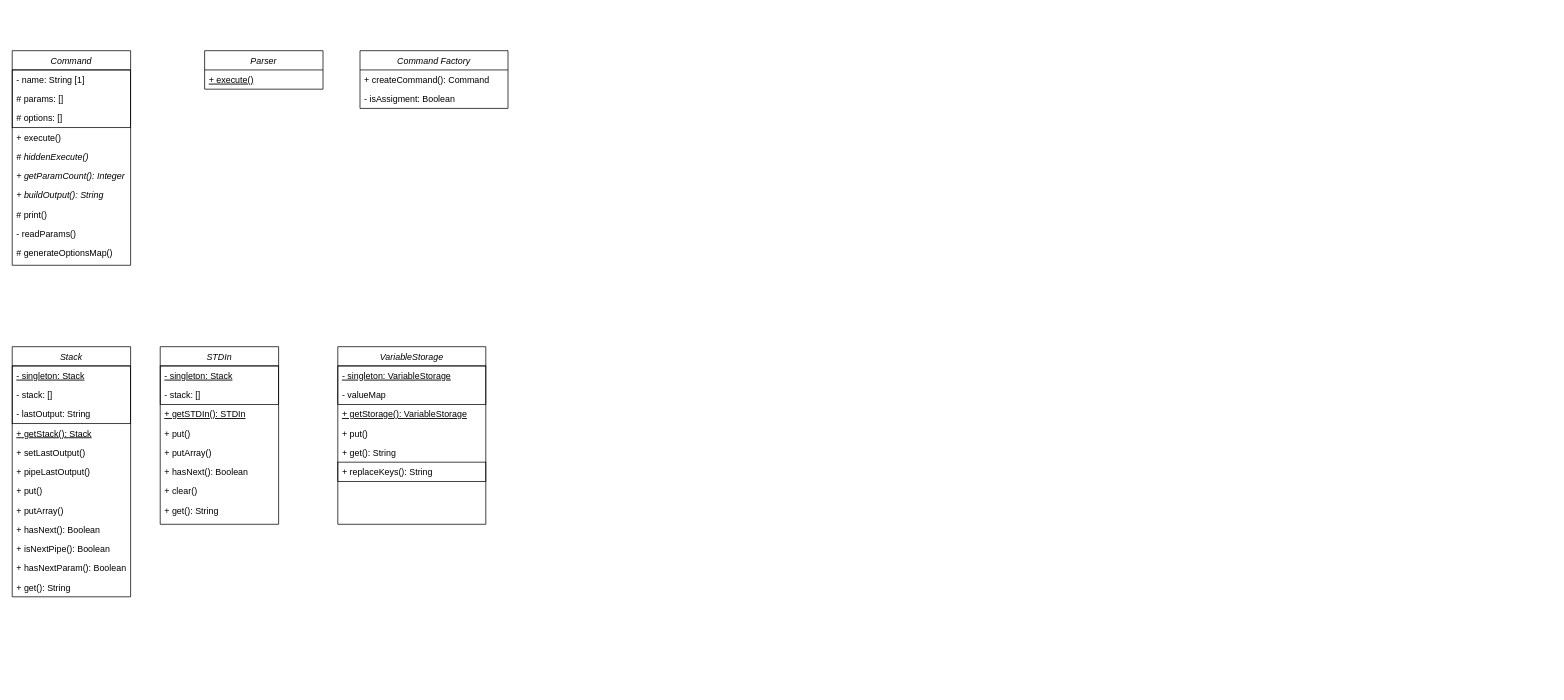
The draw.io diagram Homework/CLI/CLI/ClassDiagramm.drawio in bogdanspbm/system_architecture, before the edit. Source tidied: cells renumbered, new cells numbered last; positions are measured from the earlier drawing's top-left corner, leaving out a move shared by most shapes. Both pictures are drawn from the tidied source at 74%, with x=0, y=0 at pixel (12, 50).
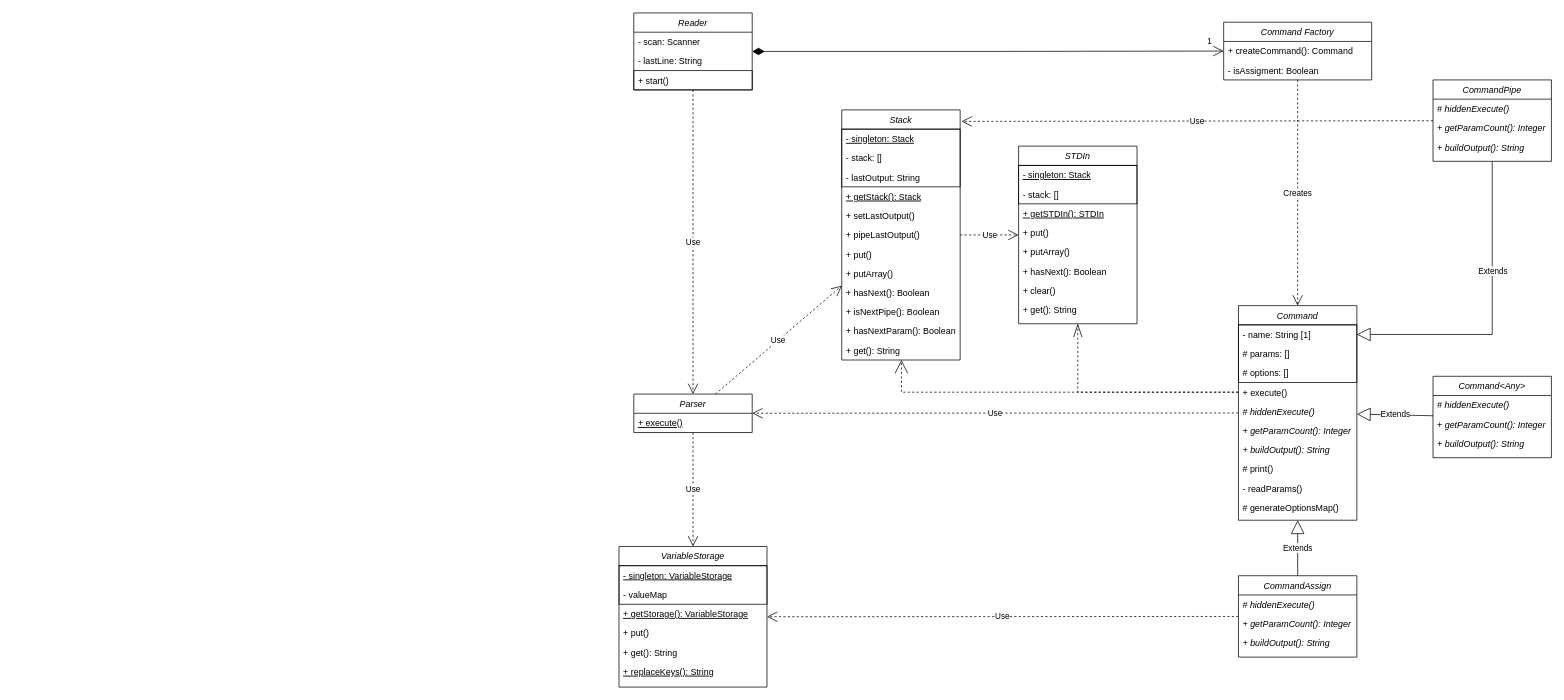
Above is the later version.

Unchanged cells that the change refers to:
```xml
<mxCell id="4" value="- name: String [1]" style="text;align=left;verticalAlign=top;spacingLeft=4;spacingRight=4;overflow=hidden;points=[[0,0.5],[1,0.5]];portConstraint=eastwest;" parent="3" vertex="1">
  <mxGeometry width="160" height="26" as="geometry" />
</mxCell>
<mxCell id="7" value="+ execute()" style="text;align=left;verticalAlign=top;spacingLeft=4;spacingRight=4;overflow=hidden;points=[[0,0.5],[1,0.5]];portConstraint=eastwest;rounded=0;shadow=0;html=0;" parent="2" vertex="1">
  <mxGeometry y="104" width="160" height="26" as="geometry" />
</mxCell>
<mxCell id="30" value="+ get(): String" style="text;align=left;verticalAlign=top;spacingLeft=4;spacingRight=4;overflow=hidden;points=[[0,0.5],[1,0.5]];portConstraint=eastwest;rounded=0;shadow=0;html=0;strokeColor=none;fontStyle=0;" parent="21" vertex="1">
  <mxGeometry y="208" width="160" height="26" as="geometry" />
</mxCell>
```

Change to the diagram source:
```diff
@@
     <mxCell id="2" value="Command" style="swimlane;fontStyle=2;align=center;verticalAlign=top;horizontal=1;startSize=26;rounded=0;shadow=0;strokeWidth=1;" parent="1" vertex="1">
-      <mxGeometry width="160" height="290" as="geometry" />
+      <mxGeometry x="1657.1" y="344.5" width="160" height="290" as="geometry" />
     </mxCell>
@@
     <mxCell id="14" value="Parser" style="swimlane;fontStyle=2;align=center;verticalAlign=top;horizontal=1;startSize=26;rounded=0;shadow=0;strokeWidth=1;" parent="1" vertex="1">
-      <mxGeometry x="260" width="160" height="52" as="geometry" />
+      <mxGeometry x="840" y="464" width="160" height="52" as="geometry" />
     </mxCell>
@@
     <mxCell id="16" value="Stack" style="swimlane;fontStyle=2;align=center;verticalAlign=top;horizontal=1;startSize=26;rounded=0;shadow=0;strokeWidth=1;" parent="1" vertex="1">
-      <mxGeometry y="400" width="160" height="338" as="geometry" />
+      <mxGeometry x="1121" y="80" width="160" height="338" as="geometry" />
     </mxCell>
@@
     <mxCell id="31" value="Command Factory" style="swimlane;fontStyle=2;align=center;verticalAlign=top;horizontal=1;startSize=26;rounded=0;shadow=0;strokeWidth=1;" parent="1" vertex="1">
-      <mxGeometry x="470" width="200" height="78" as="geometry" />
+      <mxGeometry x="1637.1" y="-38.5" width="200" height="78" as="geometry" />
     </mxCell>
@@
     <mxCell id="34" value="STDIn" style="swimlane;fontStyle=2;align=center;verticalAlign=top;horizontal=1;startSize=26;rounded=0;shadow=0;strokeWidth=1;" parent="1" vertex="1">
-      <mxGeometry x="200" y="400" width="160" height="240" as="geometry" />
+      <mxGeometry x="1360" y="129" width="160" height="240" as="geometry" />
     </mxCell>
@@
     <mxCell id="45" value="VariableStorage" style="swimlane;fontStyle=2;align=center;verticalAlign=top;horizontal=1;startSize=26;rounded=0;shadow=0;strokeWidth=1;" parent="1" vertex="1">
-      <mxGeometry x="440" y="400" width="200" height="240" as="geometry" />
+      <mxGeometry x="820" y="670" width="200" height="190" as="geometry" />
     </mxCell>
@@
-    <mxCell id="52" value="+ replaceKeys(): String" style="text;align=left;verticalAlign=top;spacingLeft=4;spacingRight=4;overflow=hidden;rounded=0;shadow=0;html=0;strokeColor=default;fontStyle=0;" parent="45" vertex="1">
+    <mxCell id="52" value="+ replaceKeys(): String" style="text;align=left;verticalAlign=top;spacingLeft=4;spacingRight=4;overflow=hidden;rounded=0;shadow=0;html=0;strokeColor=none;fontStyle=4;" parent="45" vertex="1">
       <mxGeometry y="156" width="200" height="26" as="geometry" />
     </mxCell>
+    <mxCell id="53" value="Reader" style="swimlane;fontStyle=2;align=center;verticalAlign=top;horizontal=1;startSize=26;rounded=0;shadow=0;strokeWidth=1;" parent="1" vertex="1">
+      <mxGeometry x="840" y="-51" width="160" height="104" as="geometry" />
+    </mxCell>
+    <mxCell id="54" value="- scan: Scanner" style="text;align=left;verticalAlign=top;spacingLeft=4;spacingRight=4;overflow=hidden;rounded=0;shadow=0;html=0;strokeColor=none;fontStyle=0;" parent="53" vertex="1">
+      <mxGeometry y="26" width="160" height="26" as="geometry" />
+    </mxCell>
+    <mxCell id="55" value="- lastLine: String" style="text;align=left;verticalAlign=top;spacingLeft=4;spacingRight=4;overflow=hidden;rounded=0;shadow=0;html=0;strokeColor=none;fontStyle=0;" parent="53" vertex="1">
+      <mxGeometry y="52" width="160" height="26" as="geometry" />
+    </mxCell>
+    <mxCell id="56" value="+ start()" style="text;align=left;verticalAlign=top;spacingLeft=4;spacingRight=4;overflow=hidden;rounded=0;shadow=0;html=0;strokeColor=default;fontStyle=0;" parent="53" vertex="1">
+      <mxGeometry y="78" width="160" height="26" as="geometry" />
+    </mxCell>
+    <mxCell id="57" style="endArrow=open;html=1;endSize=12;startArrow=diamondThin;startSize=14;startFill=1;edgeStyle=orthogonalEdgeStyle;align=left;verticalAlign=bottom;rounded=0;" parent="1" edge="1" source="53" target="31">
+      <mxGeometry x="-1" y="3" relative="1" as="geometry" />
+    </mxCell>
+    <mxCell id="58" value="1" style="edgeLabel;html=1;align=center;verticalAlign=middle;" parent="57" vertex="1">
+      <mxGeometry x="0.94" y="4" relative="1" as="geometry">
+        <mxPoint y="-9" as="offset" />
+      </mxGeometry>
+    </mxCell>
+    <mxCell id="59" value="Use" style="endArrow=open;endSize=12;dashed=1;html=1;rounded=0;" parent="1" edge="1" source="53" target="14">
+      <mxGeometry relative="1" as="geometry" />
+    </mxCell>
+    <mxCell id="60" value="Use" style="endArrow=open;endSize=12;dashed=1;html=1;rounded=0;" parent="1" edge="1" source="2" target="14">
+      <mxGeometry relative="1" as="geometry" />
+    </mxCell>
+    <mxCell id="61" value="Creates" style="endArrow=open;endSize=12;dashed=1;html=1;rounded=0;" parent="1" edge="1" source="31" target="2">
+      <mxGeometry relative="1" as="geometry" />
+    </mxCell>
+    <mxCell id="62" value="Use" style="endArrow=open;endSize=12;dashed=1;html=1;rounded=0;" parent="1" edge="1" source="14" target="45">
+      <mxGeometry relative="1" as="geometry" />
+    </mxCell>
+    <mxCell id="63" value="CommandAssign" style="swimlane;fontStyle=2;align=center;verticalAlign=top;horizontal=1;startSize=26;rounded=0;shadow=0;strokeWidth=1;" parent="1" vertex="1">
+      <mxGeometry x="1657.1" y="709.5" width="160" height="110" as="geometry" />
+    </mxCell>
+    <mxCell id="64" value="# hiddenExecute()" style="text;align=left;verticalAlign=top;spacingLeft=4;spacingRight=4;overflow=hidden;rounded=0;shadow=0;html=0;fontStyle=2;" parent="63" vertex="1">
+      <mxGeometry y="26" width="160" height="26" as="geometry" />
+    </mxCell>
+    <mxCell id="65" value="+ getParamCount(): Integer" style="text;align=left;verticalAlign=top;spacingLeft=4;spacingRight=4;overflow=hidden;rounded=0;shadow=0;html=0;fontStyle=2;" parent="63" vertex="1">
+      <mxGeometry y="52" width="160" height="26" as="geometry" />
+    </mxCell>
+    <mxCell id="66" value="+ buildOutput(): String" style="text;align=left;verticalAlign=top;spacingLeft=4;spacingRight=4;overflow=hidden;rounded=0;shadow=0;html=0;fontStyle=2;" parent="63" vertex="1">
+      <mxGeometry y="78" width="160" height="26" as="geometry" />
+    </mxCell>
+    <mxCell id="67" value="Extends" style="endArrow=block;endSize=16;endFill=0;html=1;rounded=0;" parent="1" edge="1" source="63" target="2">
+      <mxGeometry relative="1" as="geometry" />
+    </mxCell>
+    <mxCell id="68" value="Use" style="endArrow=open;endSize=12;dashed=1;html=1;rounded=0;" parent="1" edge="1" source="63" target="45">
+      <mxGeometry relative="1" as="geometry" />
+    </mxCell>
+    <mxCell id="69" value="Use" style="endArrow=open;endSize=12;dashed=1;html=1;rounded=0;" parent="1" edge="1" source="16" target="34">
+      <mxGeometry relative="1" as="geometry" />
+    </mxCell>
+    <mxCell id="70" value="Use" style="endArrow=open;endSize=12;dashed=1;html=1;rounded=0;" parent="1" edge="1" source="14" target="16">
+      <mxGeometry relative="1" as="geometry" />
+    </mxCell>
+    <mxCell id="71" style="edgeStyle=orthogonalEdgeStyle;rounded=0;jettySize=auto;html=1;exitX=0.5;exitY=1;exitDx=0;exitDy=0;entryX=1;entryY=0.5;entryDx=0;entryDy=0;strokeColor=default;endSize=16;endArrow=block;endFill=0;" parent="1" edge="1" source="73" target="4">
+      <mxGeometry relative="1" as="geometry" />
+    </mxCell>
+    <mxCell id="72" value="Extends" style="edgeLabel;html=1;align=center;verticalAlign=middle;" parent="71" vertex="1">
+      <mxGeometry x="-0.29" y="3" relative="1" as="geometry">
+        <mxPoint x="-3" as="offset" />
+      </mxGeometry>
+    </mxCell>
+    <mxCell id="73" value="CommandPipe" style="swimlane;fontStyle=2;align=center;verticalAlign=top;horizontal=1;startSize=26;rounded=0;shadow=0;strokeWidth=1;" parent="1" vertex="1">
+      <mxGeometry x="1920" y="39.5" width="160" height="110" as="geometry" />
+    </mxCell>
+    <mxCell id="74" value="# hiddenExecute()" style="text;align=left;verticalAlign=top;spacingLeft=4;spacingRight=4;overflow=hidden;rounded=0;shadow=0;html=0;fontStyle=2;" parent="73" vertex="1">
+      <mxGeometry y="26" width="160" height="26" as="geometry" />
+    </mxCell>
+    <mxCell id="75" value="+ getParamCount(): Integer" style="text;align=left;verticalAlign=top;spacingLeft=4;spacingRight=4;overflow=hidden;rounded=0;shadow=0;html=0;fontStyle=2;" parent="73" vertex="1">
+      <mxGeometry y="52" width="160" height="26" as="geometry" />
+    </mxCell>
+    <mxCell id="76" value="+ buildOutput(): String" style="text;align=left;verticalAlign=top;spacingLeft=4;spacingRight=4;overflow=hidden;rounded=0;shadow=0;html=0;fontStyle=2;" parent="73" vertex="1">
+      <mxGeometry y="78" width="160" height="26" as="geometry" />
+    </mxCell>
+    <mxCell id="77" value="Use" style="endArrow=open;endSize=12;dashed=1;html=1;rounded=0;entryX=1.011;entryY=0.046;entryDx=0;entryDy=0;entryPerimeter=0;" parent="1" edge="1" source="73" target="16">
+      <mxGeometry relative="1" as="geometry" />
+    </mxCell>
+    <mxCell id="78" style="edgeStyle=orthogonalEdgeStyle;rounded=0;jettySize=auto;html=1;exitX=0;exitY=0.5;exitDx=0;exitDy=0;entryX=0.504;entryY=0.995;entryDx=0;entryDy=0;entryPerimeter=0;strokeColor=default;endArrow=open;endFill=0;endSize=16;dashed=1;" parent="1" edge="1" source="7" target="30">
+      <mxGeometry relative="1" as="geometry" />
+    </mxCell>
+    <mxCell id="79" style="edgeStyle=orthogonalEdgeStyle;rounded=0;jettySize=auto;html=1;exitX=0;exitY=0.5;exitDx=0;exitDy=0;entryX=0.5;entryY=1;entryDx=0;entryDy=0;strokeColor=default;strokeWidth=1;endArrow=openThin;endFill=0;endSize=16;dashed=1;" parent="1" edge="1" source="7" target="34">
+      <mxGeometry relative="1" as="geometry" />
+    </mxCell>
+    <mxCell id="80" value="Command&lt;Any&gt;" style="swimlane;fontStyle=2;align=center;verticalAlign=top;horizontal=1;startSize=26;rounded=0;shadow=0;strokeWidth=1;" parent="1" vertex="1">
+      <mxGeometry x="1920" y="440" width="160" height="110" as="geometry" />
+    </mxCell>
+    <mxCell id="81" value="# hiddenExecute()" style="text;align=left;verticalAlign=top;spacingLeft=4;spacingRight=4;overflow=hidden;rounded=0;shadow=0;html=0;fontStyle=2;" parent="80" vertex="1">
+      <mxGeometry y="26" width="160" height="26" as="geometry" />
+    </mxCell>
+    <mxCell id="82" value="+ getParamCount(): Integer" style="text;align=left;verticalAlign=top;spacingLeft=4;spacingRight=4;overflow=hidden;rounded=0;shadow=0;html=0;fontStyle=2;" parent="80" vertex="1">
+      <mxGeometry y="52" width="160" height="26" as="geometry" />
+    </mxCell>
+    <mxCell id="83" value="+ buildOutput(): String" style="text;align=left;verticalAlign=top;spacingLeft=4;spacingRight=4;overflow=hidden;rounded=0;shadow=0;html=0;fontStyle=2;" parent="80" vertex="1">
+      <mxGeometry y="78" width="160" height="26" as="geometry" />
+    </mxCell>
+    <mxCell id="84" value="Extends" style="endArrow=block;endSize=16;endFill=0;html=1;rounded=0;strokeColor=default;strokeWidth=1;" parent="1" edge="1" source="80" target="2">
+      <mxGeometry relative="1" as="geometry" />
+    </mxCell>
```
